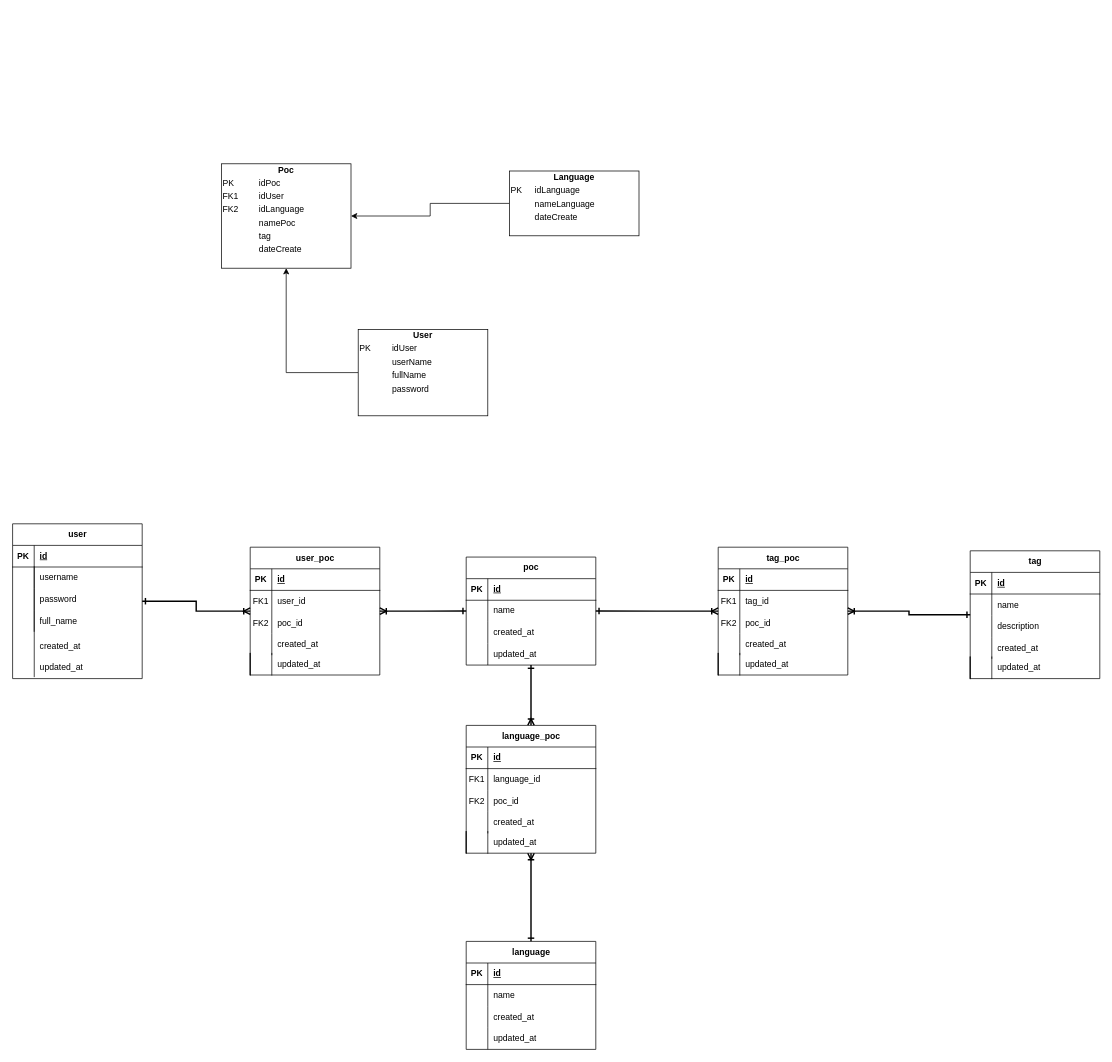
Before: page "UML Database" (24 of 24) of architecture/poc-tracker/01.overall.architecture.drawio in codegik/team-red, a draw.io diagram. Source tidied: cells renumbered, new cells numbered last; positions are measured from the earlier drawing's top-left corner, leaving out a move shared by most shapes. Both pictures are drawn from the tidied source at 72%, with x=0, y=0 at pixel (12, 163).
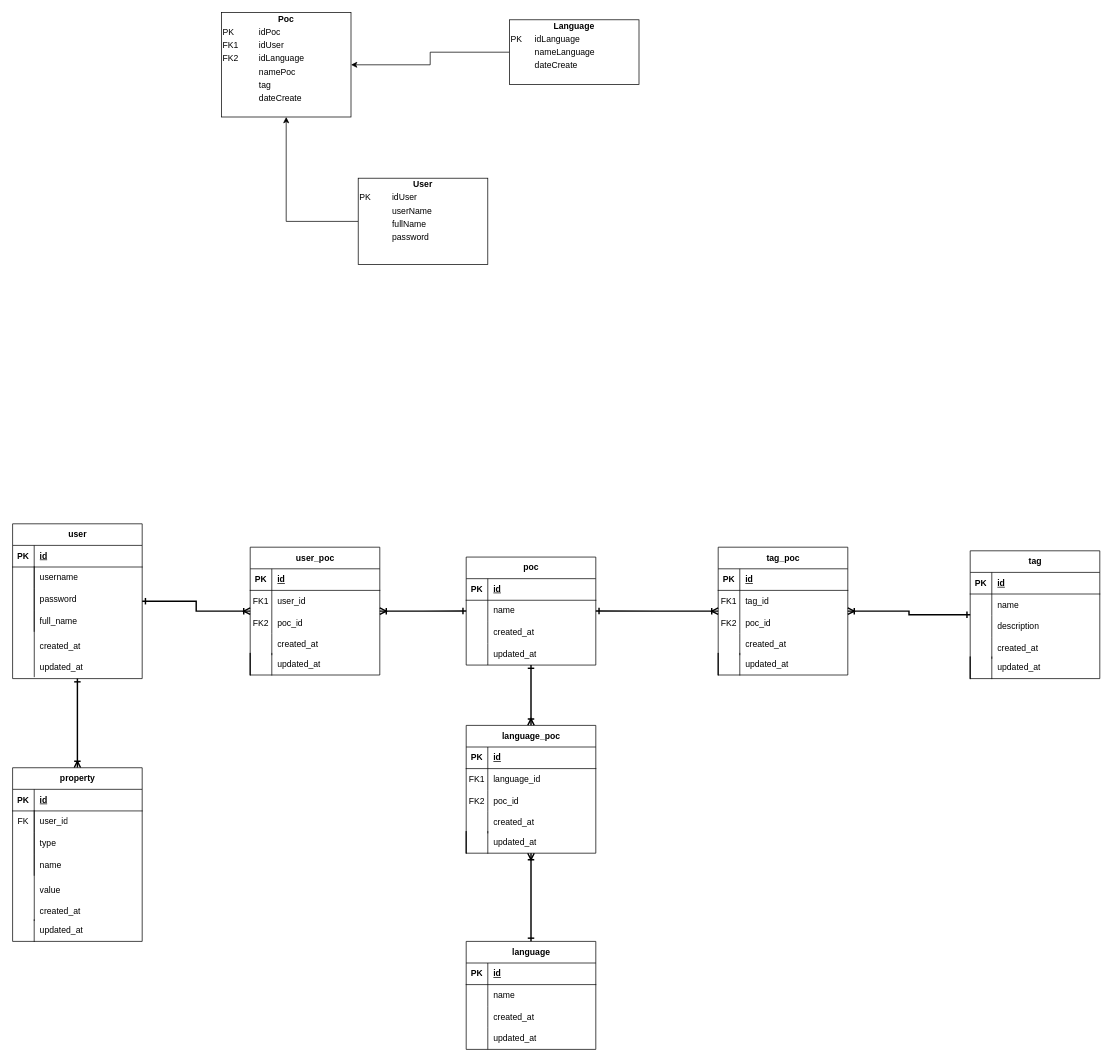
Above is the later version.

The change refers to these unchanged cells:
```xml
<mxCell id="25" value="user" style="shape=table;startSize=30;childLayout=tableLayout;rowLines=0;fontStyle=1;align=center;html=1;" parent="1" vertex="1">
  <mxGeometry y="500" width="180" height="215" as="geometry" />
</mxCell>
<mxCell id="26" style="shape=tableRow;horizontal=0;startSize=0;swimlaneHead=0;swimlaneBody=0;fillColor=none;points=[[0,0.5],[1,0.5]];portConstraint=eastwest;top=0;left=0;right=0;bottom=1;" parent="25" vertex="1">
  <mxGeometry y="30" width="180" height="30" as="geometry" />
</mxCell>
```

Diff of the diagram source:
```diff
@@
     <mxCell id="2" value="&lt;div style=&quot;text-align: center; box-sizing: border-box; width: 100%; background-image: initial; background-position: initial; background-size: initial; background-repeat: initial; background-attachment: initial; background-origin: initial; background-clip: initial; padding: 2px;&quot;&gt;&lt;span&gt;&lt;b&gt;Poc&lt;/b&gt;&lt;/span&gt;&lt;/div&gt;&lt;table style=&quot;width:100%;font-size:1em;&quot; cellpadding=&quot;2&quot; cellspacing=&quot;0&quot;&gt;&lt;tbody&gt;&lt;tr&gt;&lt;td&gt;PK&lt;/td&gt;&lt;td&gt;idPoc&lt;/td&gt;&lt;/tr&gt;&lt;tr&gt;&lt;td&gt;FK1&lt;/td&gt;&lt;td&gt;idUser&lt;br&gt;&lt;/td&gt;&lt;/tr&gt;&lt;tr&gt;&lt;td&gt;FK2&lt;/td&gt;&lt;td&gt;idLanguage&lt;br&gt;&lt;/td&gt;&lt;/tr&gt;&lt;tr&gt;&lt;td&gt;&lt;br&gt;&lt;/td&gt;&lt;td&gt;namePoc&lt;/td&gt;&lt;/tr&gt;&lt;tr&gt;&lt;td&gt;&lt;br&gt;&lt;/td&gt;&lt;td&gt;tag&lt;/td&gt;&lt;/tr&gt;&lt;tr&gt;&lt;td&gt;&lt;br&gt;&lt;/td&gt;&lt;td&gt;dateCreate&lt;/td&gt;&lt;/tr&gt;&lt;/tbody&gt;&lt;/table&gt;" style="verticalAlign=top;align=left;overflow=fill;html=1;whiteSpace=wrap;strokeColor=default;" parent="1" vertex="1">
-      <mxGeometry x="290" width="180" height="145" as="geometry" />
+      <mxGeometry x="290" y="-210" width="180" height="145" as="geometry" />
     </mxCell>
@@
     <mxCell id="4" value="&lt;div style=&quot;text-align: center; box-sizing: border-box; width: 100%; background-image: initial; background-position: initial; background-size: initial; background-repeat: initial; background-attachment: initial; background-origin: initial; background-clip: initial; padding: 2px;&quot;&gt;&lt;span&gt;&lt;b&gt;Language&lt;/b&gt;&lt;/span&gt;&lt;/div&gt;&lt;table style=&quot;width:100%;font-size:1em;&quot; cellpadding=&quot;2&quot; cellspacing=&quot;0&quot;&gt;&lt;tbody&gt;&lt;tr&gt;&lt;td&gt;PK&lt;/td&gt;&lt;td&gt;idLanguage&lt;/td&gt;&lt;/tr&gt;&lt;tr&gt;&lt;td&gt;&lt;br&gt;&lt;/td&gt;&lt;td&gt;nameLanguage&lt;/td&gt;&lt;/tr&gt;&lt;tr&gt;&lt;td&gt;&lt;/td&gt;&lt;td&gt;dateCreate&lt;/td&gt;&lt;/tr&gt;&lt;/tbody&gt;&lt;/table&gt;" style="verticalAlign=top;align=left;overflow=fill;html=1;whiteSpace=wrap;" parent="1" vertex="1">
-      <mxGeometry x="690" y="10" width="180" height="90" as="geometry" />
+      <mxGeometry x="690" y="-200" width="180" height="90" as="geometry" />
     </mxCell>
@@
     <mxCell id="6" value="&lt;div style=&quot;text-align: center; box-sizing: border-box; width: 100%; background-image: initial; background-position: initial; background-size: initial; background-repeat: initial; background-attachment: initial; background-origin: initial; background-clip: initial; padding: 2px;&quot;&gt;&lt;span&gt;&lt;b&gt;User&lt;/b&gt;&lt;/span&gt;&lt;/div&gt;&lt;table style=&quot;width:100%;font-size:1em;&quot; cellpadding=&quot;2&quot; cellspacing=&quot;0&quot;&gt;&lt;tbody&gt;&lt;tr&gt;&lt;td&gt;PK&lt;/td&gt;&lt;td&gt;idUser&lt;/td&gt;&lt;/tr&gt;&lt;tr&gt;&lt;td&gt;&lt;br&gt;&lt;/td&gt;&lt;td&gt;userName&lt;/td&gt;&lt;/tr&gt;&lt;tr&gt;&lt;td&gt;&lt;/td&gt;&lt;td&gt;fullName&lt;/td&gt;&lt;/tr&gt;&lt;tr&gt;&lt;td&gt;&lt;br&gt;&lt;/td&gt;&lt;td&gt;password&lt;/td&gt;&lt;/tr&gt;&lt;tr&gt;&lt;td&gt;&lt;br&gt;&lt;/td&gt;&lt;td&gt;&lt;br&gt;&lt;/td&gt;&lt;/tr&gt;&lt;/tbody&gt;&lt;/table&gt;" style="verticalAlign=top;align=left;overflow=fill;html=1;whiteSpace=wrap;" parent="1" vertex="1">
-      <mxGeometry x="480" y="230" width="180" height="120" as="geometry" />
+      <mxGeometry x="480" y="20" width="180" height="120" as="geometry" />
     </mxCell>
@@
     <mxCell id="20" style="shape=tableRow;horizontal=0;startSize=0;swimlaneHead=0;swimlaneBody=0;fillColor=none;top=0;left=0;right=0;bottom=0;" parent="1" vertex="1">
-      <mxGeometry x="920" y="100" width="180" height="30" as="geometry" />
+      <mxGeometry x="920" y="-110" width="180" height="30" as="geometry" />
     </mxCell>
@@
     <mxCell id="22" style="shape=tableRow;horizontal=0;startSize=0;swimlaneHead=0;swimlaneBody=0;fillColor=none;top=0;left=0;right=0;bottom=0;" parent="1" vertex="1">
-      <mxGeometry x="730" y="350" width="180" height="30" as="geometry" />
+      <mxGeometry x="730" y="140" width="180" height="30" as="geometry" />
     </mxCell>
@@
-    <mxCell id="44" style="shape=tableRow;horizontal=0;startSize=0;swimlaneHead=0;swimlaneBody=0;fillColor=none;points=[[0,0.5],[1,0.5]];portConstraint=eastwest;top=0;left=0;right=0;bottom=0;" parent="1" vertex="1">
-      <mxGeometry y="715" width="180" height="30" as="geometry" />
-    </mxCell>
-    <mxCell id="45" style="shape=partialRectangle;fillColor=none;top=0;left=0;bottom=0;right=0;overflow=hidden;whiteSpace=wrap;html=1;" parent="44" vertex="1">
-      <mxGeometry width="30" height="30" as="geometry" />
-    </mxCell>
-    <mxCell id="46" style="endArrow=none;html=1;rounded=0;entryX=0.167;entryY=0.967;entryDx=0;entryDy=0;entryPerimeter=0;exitX=0.167;exitY=-0.067;exitDx=0;exitDy=0;exitPerimeter=0;" parent="1" edge="1" source="44" target="26">
-      <mxGeometry relative="1" as="geometry" />
+    <mxCell id="46" style="endArrow=none;html=1;rounded=0;entryX=0.167;entryY=0.967;entryDx=0;entryDy=0;entryPerimeter=0;exitX=0.167;exitY=-0.067;exitDx=0;exitDy=0;exitPerimeter=0;" parent="1" edge="1" target="26">
+      <mxGeometry relative="1" as="geometry">
+        <mxPoint x="30.1" y="713" as="sourcePoint" />
+      </mxGeometry>
     </mxCell>
@@
+    <mxCell id="129" style="edgeStyle=orthogonalEdgeStyle;rounded=0;jettySize=auto;html=1;startArrow=ERoneToMany;startFill=0;endArrow=ERone;endFill=0;strokeWidth=2;" parent="1" edge="1" source="130" target="25">
+      <mxGeometry relative="1" as="geometry" />
+    </mxCell>
+    <mxCell id="130" value="property" style="shape=table;startSize=30;childLayout=tableLayout;rowLines=0;fontStyle=1;align=center;html=1;" parent="1" vertex="1">
+      <mxGeometry y="838.8" width="180" height="241.2" as="geometry" />
+    </mxCell>
+    <mxCell id="131" style="shape=tableRow;horizontal=0;startSize=0;swimlaneHead=0;swimlaneBody=0;fillColor=none;points=[[0,0.5],[1,0.5]];portConstraint=eastwest;top=0;left=0;right=0;bottom=1;" parent="130" vertex="1">
+      <mxGeometry y="30" width="180" height="30" as="geometry" />
+    </mxCell>
+    <mxCell id="132" value="PK" style="shape=partialRectangle;fillColor=none;top=0;left=0;bottom=0;right=0;fontStyle=1;overflow=hidden;whiteSpace=wrap;html=1;" parent="131" vertex="1">
+      <mxGeometry width="30" height="30" as="geometry" />
+    </mxCell>
+    <mxCell id="133" value="id" style="shape=partialRectangle;fillColor=none;top=0;left=0;bottom=0;right=0;align=left;spacingLeft=6;fontStyle=5;overflow=hidden;whiteSpace=wrap;html=1;" parent="131" vertex="1">
+      <mxGeometry x="30" width="150" height="30" as="geometry" />
+    </mxCell>
+    <mxCell id="134" style="shape=tableRow;horizontal=0;startSize=0;swimlaneHead=0;swimlaneBody=0;fillColor=none;top=0;left=0;right=0;bottom=0;" parent="130" vertex="1">
+      <mxGeometry y="60" width="180" height="30" as="geometry" />
+    </mxCell>
+    <mxCell id="135" value="FK" style="shape=partialRectangle;fillColor=none;top=0;left=0;bottom=0;right=0;overflow=hidden;whiteSpace=wrap;html=1;" parent="134" vertex="1">
+      <mxGeometry width="30" height="30" as="geometry" />
+    </mxCell>
+    <mxCell id="136" value="user_id" style="shape=partialRectangle;fillColor=none;top=0;left=0;bottom=0;right=0;align=left;spacingLeft=6;overflow=hidden;whiteSpace=wrap;html=1;" parent="134" vertex="1">
+      <mxGeometry x="30" width="150" height="30" as="geometry" />
+    </mxCell>
+    <mxCell id="137" style="shape=tableRow;horizontal=0;startSize=0;swimlaneHead=0;swimlaneBody=0;fillColor=none;top=0;left=0;right=0;bottom=0;" parent="130" vertex="1">
+      <mxGeometry y="90" width="180" height="30" as="geometry" />
+    </mxCell>
+    <mxCell id="138" style="shape=partialRectangle;fillColor=none;top=0;left=0;bottom=0;right=0;overflow=hidden;whiteSpace=wrap;html=1;" parent="137" vertex="1">
+      <mxGeometry width="30" height="30" as="geometry" />
+    </mxCell>
+    <mxCell id="139" value="type" style="shape=partialRectangle;fillColor=none;top=0;left=0;bottom=0;right=0;align=left;spacingLeft=6;overflow=hidden;whiteSpace=wrap;html=1;" parent="137" vertex="1">
+      <mxGeometry x="30" width="150" height="30" as="geometry" />
+    </mxCell>
+    <mxCell id="140" style="shape=tableRow;horizontal=0;startSize=0;swimlaneHead=0;swimlaneBody=0;fillColor=none;top=0;left=0;right=0;bottom=0;" parent="130" vertex="1">
+      <mxGeometry y="120" width="180" height="30" as="geometry" />
+    </mxCell>
+    <mxCell id="141" style="shape=partialRectangle;fillColor=none;top=0;left=0;bottom=0;right=0;overflow=hidden;whiteSpace=wrap;html=1;" parent="140" vertex="1">
+      <mxGeometry width="30" height="30" as="geometry" />
+    </mxCell>
+    <mxCell id="142" value="name" style="shape=partialRectangle;fillColor=none;top=0;left=0;bottom=0;right=0;align=left;spacingLeft=6;overflow=hidden;whiteSpace=wrap;html=1;" parent="140" vertex="1">
+      <mxGeometry x="30" width="150" height="30" as="geometry" />
+    </mxCell>
+    <mxCell id="143" style="shape=tableRow;horizontal=0;startSize=0;swimlaneHead=0;swimlaneBody=0;fillColor=none;top=0;left=0;right=0;bottom=0;" parent="1" vertex="1">
+      <mxGeometry y="993.8" width="180" height="30" as="geometry" />
+    </mxCell>
+    <mxCell id="144" style="shape=partialRectangle;fillColor=none;top=0;left=0;bottom=0;right=0;overflow=hidden;whiteSpace=wrap;html=1;strokeWidth=1;" parent="143" vertex="1">
+      <mxGeometry width="30" height="30" as="geometry" />
+    </mxCell>
+    <mxCell id="145" value="value" style="shape=partialRectangle;fillColor=none;top=0;left=0;bottom=0;right=0;align=left;spacingLeft=6;overflow=hidden;whiteSpace=wrap;html=1;" parent="143" vertex="1">
+      <mxGeometry x="30" width="150" height="30" as="geometry" />
+    </mxCell>
+    <mxCell id="146" style="shape=tableRow;horizontal=0;startSize=0;swimlaneHead=0;swimlaneBody=0;fillColor=none;top=0;left=0;right=0;bottom=0;" parent="1" vertex="1">
+      <mxGeometry y="1023.8" width="180" height="30" as="geometry" />
+    </mxCell>
+    <mxCell id="147" style="shape=partialRectangle;fillColor=none;top=0;left=0;bottom=0;right=0;overflow=hidden;whiteSpace=wrap;html=1;" parent="146" vertex="1">
+      <mxGeometry width="30" height="30" as="geometry" />
+    </mxCell>
+    <mxCell id="148" value="created_at" style="shape=partialRectangle;fillColor=none;top=0;left=0;bottom=0;right=0;align=left;spacingLeft=6;overflow=hidden;whiteSpace=wrap;html=1;" parent="146" vertex="1">
+      <mxGeometry x="30" width="150" height="30" as="geometry" />
+    </mxCell>
+    <mxCell id="149" style="endArrow=none;html=1;rounded=0;entryX=0.167;entryY=0.967;entryDx=0;entryDy=0;entryPerimeter=0;exitX=0.167;exitY=-0.067;exitDx=0;exitDy=0;exitPerimeter=0;" parent="1" edge="1" target="131">
+      <mxGeometry relative="1" as="geometry">
+        <mxPoint x="30.1" y="1051.7" as="sourcePoint" />
+      </mxGeometry>
+    </mxCell>
+    <mxCell id="150" style="shape=tableRow;horizontal=0;startSize=0;swimlaneHead=0;swimlaneBody=0;fillColor=none;top=0;left=0;right=0;bottom=0;" parent="1" vertex="1">
+      <mxGeometry y="1050" width="180" height="30" as="geometry" />
+    </mxCell>
+    <mxCell id="151" style="shape=partialRectangle;fillColor=none;top=0;left=0;bottom=0;right=1;overflow=hidden;whiteSpace=wrap;html=1;" parent="150" vertex="1">
+      <mxGeometry width="30" height="30" as="geometry" />
+    </mxCell>
+    <mxCell id="152" value="updated_at" style="shape=partialRectangle;fillColor=none;top=0;left=0;bottom=0;right=0;align=left;spacingLeft=6;overflow=hidden;whiteSpace=wrap;html=1;" parent="150" vertex="1">
+      <mxGeometry x="30" width="150" height="30" as="geometry" />
+    </mxCell>
```
